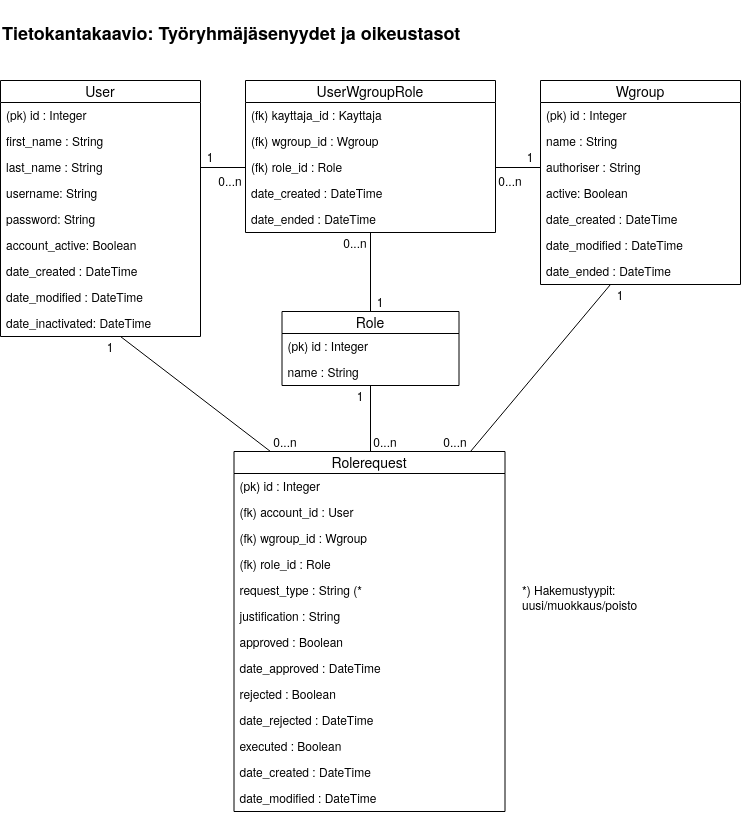
jmlii/TrjApp keeps this draw.io diagram as documentation/Tietokantakaavio.png. Above is the earlier version. Source tidied: cells renumbered, new cells last; positions are measured from the earlier drawing's top-left corner, leaving out a move shared by most shapes.
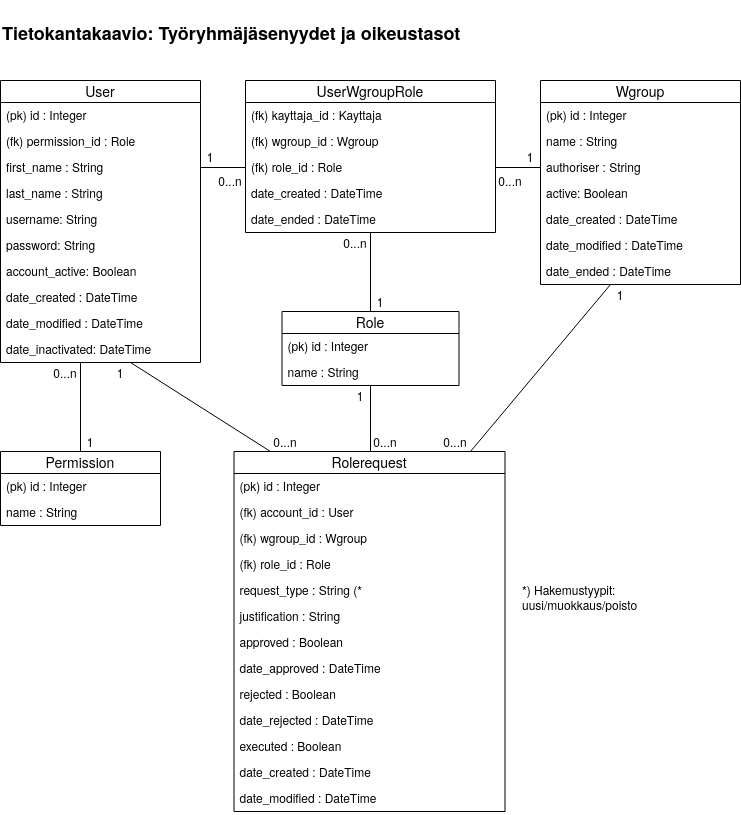
Above is the later version.

Commit message:
Tietokantakaaviot päivitetty: Lisätty Permission-luokka ja sen yhteys User-luokkaan.

What changed in the source:
```diff
@@ -3,34 +3,37 @@
     <mxCell id="0" />
     <mxCell id="1" parent="0" />
     <mxCell id="2" value="User" style="swimlane;fontStyle=0;horizontal=1;startSize=22;fillColor=none;swimlaneFillColor=#ffffff;align=center;fontSize=14;" parent="1" vertex="1">
-      <mxGeometry y="80" width="200" height="256" as="geometry" />
+      <mxGeometry y="80" width="200" height="282" as="geometry" />
     </mxCell>
     <mxCell id="3" value="(pk) id : Integer" style="text;strokeColor=none;fillColor=none;spacingLeft=4;spacingRight=4;overflow=hidden;fontSize=12;" parent="2" vertex="1">
       <mxGeometry y="22" width="200" height="26" as="geometry" />
     </mxCell>
+    <mxCell id="63" value="(fk) permission_id : Role" style="text;strokeColor=none;fillColor=none;spacingLeft=4;spacingRight=4;overflow=hidden;fontSize=12;" parent="2" vertex="1">
+      <mxGeometry y="48" width="200" height="26" as="geometry" />
+    </mxCell>
     <mxCell id="4" value="first_name : String" style="text;strokeColor=none;fillColor=none;spacingLeft=4;spacingRight=4;overflow=hidden;fontSize=12;" parent="2" vertex="1">
-      <mxGeometry y="48" width="200" height="26" as="geometry" />
+      <mxGeometry y="74" width="200" height="26" as="geometry" />
     </mxCell>
     <mxCell id="5" value="last_name : String" style="text;strokeColor=none;fillColor=none;spacingLeft=4;spacingRight=4;overflow=hidden;fontSize=12;" parent="2" vertex="1">
-      <mxGeometry y="74" width="200" height="26" as="geometry" />
+      <mxGeometry y="100" width="200" height="26" as="geometry" />
     </mxCell>
     <mxCell id="6" value="username: String" style="text;strokeColor=none;fillColor=none;spacingLeft=4;spacingRight=4;overflow=hidden;fontSize=12;" parent="2" vertex="1">
-      <mxGeometry y="100" width="200" height="26" as="geometry" />
+      <mxGeometry y="126" width="200" height="26" as="geometry" />
     </mxCell>
     <mxCell id="7" value="password: String" style="text;strokeColor=none;fillColor=none;spacingLeft=4;spacingRight=4;overflow=hidden;fontSize=12;" parent="2" vertex="1">
-      <mxGeometry y="126" width="200" height="26" as="geometry" />
+      <mxGeometry y="152" width="200" height="26" as="geometry" />
     </mxCell>
     <mxCell id="8" value="account_active: Boolean" style="text;strokeColor=none;fillColor=none;spacingLeft=4;spacingRight=4;overflow=hidden;fontSize=12;" parent="2" vertex="1">
-      <mxGeometry y="152" width="200" height="26" as="geometry" />
+      <mxGeometry y="178" width="200" height="26" as="geometry" />
     </mxCell>
     <mxCell id="9" value="date_created : DateTime" style="text;strokeColor=none;fillColor=none;spacingLeft=4;spacingRight=4;overflow=hidden;fontSize=12;" parent="2" vertex="1">
-      <mxGeometry y="178" width="200" height="26" as="geometry" />
+      <mxGeometry y="204" width="200" height="26" as="geometry" />
     </mxCell>
     <mxCell id="10" value="date_modified : DateTime" style="text;strokeColor=none;fillColor=none;spacingLeft=4;spacingRight=4;overflow=hidden;fontSize=12;" parent="2" vertex="1">
-      <mxGeometry y="204" width="200" height="26" as="geometry" />
+      <mxGeometry y="230" width="200" height="26" as="geometry" />
     </mxCell>
     <mxCell id="11" value="date_inactivated: DateTime" style="text;strokeColor=none;fillColor=none;spacingLeft=4;spacingRight=4;overflow=hidden;fontSize=12;" parent="2" vertex="1">
-      <mxGeometry y="230" width="200" height="26" as="geometry" />
+      <mxGeometry y="256" width="200" height="26" as="geometry" />
     </mxCell>
     <mxCell id="12" value="Wgroup" style="swimlane;fontStyle=0;horizontal=1;startSize=22;fillColor=none;swimlaneFillColor=#ffffff;align=center;fontSize=14;" parent="1" vertex="1">
       <mxGeometry x="540" y="80" width="200" height="204" as="geometry" />
@@ -141,7 +144,7 @@
       <mxGeometry x="520" y="146" width="20" height="20" as="geometry" />
     </mxCell>
     <mxCell id="48" value="1" style="text;html=1;strokeColor=none;fillColor=none;align=center;verticalAlign=middle;whiteSpace=wrap;rounded=0;" parent="1" vertex="1">
-      <mxGeometry x="100" y="336" width="20" height="20" as="geometry" />
+      <mxGeometry x="110" y="362" width="20" height="20" as="geometry" />
     </mxCell>
     <mxCell id="49" value="0...n" style="text;html=1;strokeColor=none;fillColor=none;align=center;verticalAlign=middle;whiteSpace=wrap;rounded=0;" parent="1" vertex="1">
       <mxGeometry x="495" y="170" width="30" height="20" as="geometry" />
@@ -191,5 +194,23 @@
     <mxCell id="62" value="&lt;div align=&quot;left&quot;&gt;*) Hakemustyypit: &lt;br&gt;&lt;/div&gt;&lt;div align=&quot;left&quot;&gt;uusi/muokkaus/poisto&lt;/div&gt;" style="text;html=1;strokeColor=none;fillColor=none;align=left;verticalAlign=middle;whiteSpace=wrap;rounded=0;" parent="1" vertex="1">
       <mxGeometry x="520" y="567" width="140" height="60" as="geometry" />
     </mxCell>
+    <mxCell id="64" value="Permission" style="swimlane;fontStyle=0;horizontal=1;startSize=22;fillColor=none;swimlaneFillColor=#ffffff;align=center;fontSize=14;" parent="1" vertex="1">
+      <mxGeometry y="451" width="160" height="74" as="geometry" />
+    </mxCell>
+    <mxCell id="65" value="(pk) id : Integer" style="text;strokeColor=none;fillColor=none;spacingLeft=4;spacingRight=4;overflow=hidden;fontSize=12;" parent="64" vertex="1">
+      <mxGeometry y="22" width="160" height="26" as="geometry" />
+    </mxCell>
+    <mxCell id="66" value="name : String" style="text;strokeColor=none;fillColor=none;spacingLeft=4;spacingRight=4;overflow=hidden;fontSize=12;" parent="64" vertex="1">
+      <mxGeometry y="48" width="160" height="26" as="geometry" />
+    </mxCell>
+    <mxCell id="67" value="0...n" style="text;html=1;strokeColor=none;fillColor=none;align=center;verticalAlign=middle;whiteSpace=wrap;rounded=0;" parent="1" vertex="1">
+      <mxGeometry x="50" y="362" width="30" height="20" as="geometry" />
+    </mxCell>
+    <mxCell id="68" value="1" style="text;html=1;strokeColor=none;fillColor=none;align=center;verticalAlign=middle;whiteSpace=wrap;rounded=0;" parent="1" vertex="1">
+      <mxGeometry x="80" y="431" width="20" height="20" as="geometry" />
+    </mxCell>
+    <mxCell id="69" style="endArrow=none;html=1;exitX=1;exitY=0;exitDx=0;exitDy=0;entryX=0;entryY=1;entryDx=0;entryDy=0;" parent="1" edge="1" source="67" target="68">
+      <mxGeometry relative="1" as="geometry" />
+    </mxCell>
   </root>
 </mxGraphModel>
```
